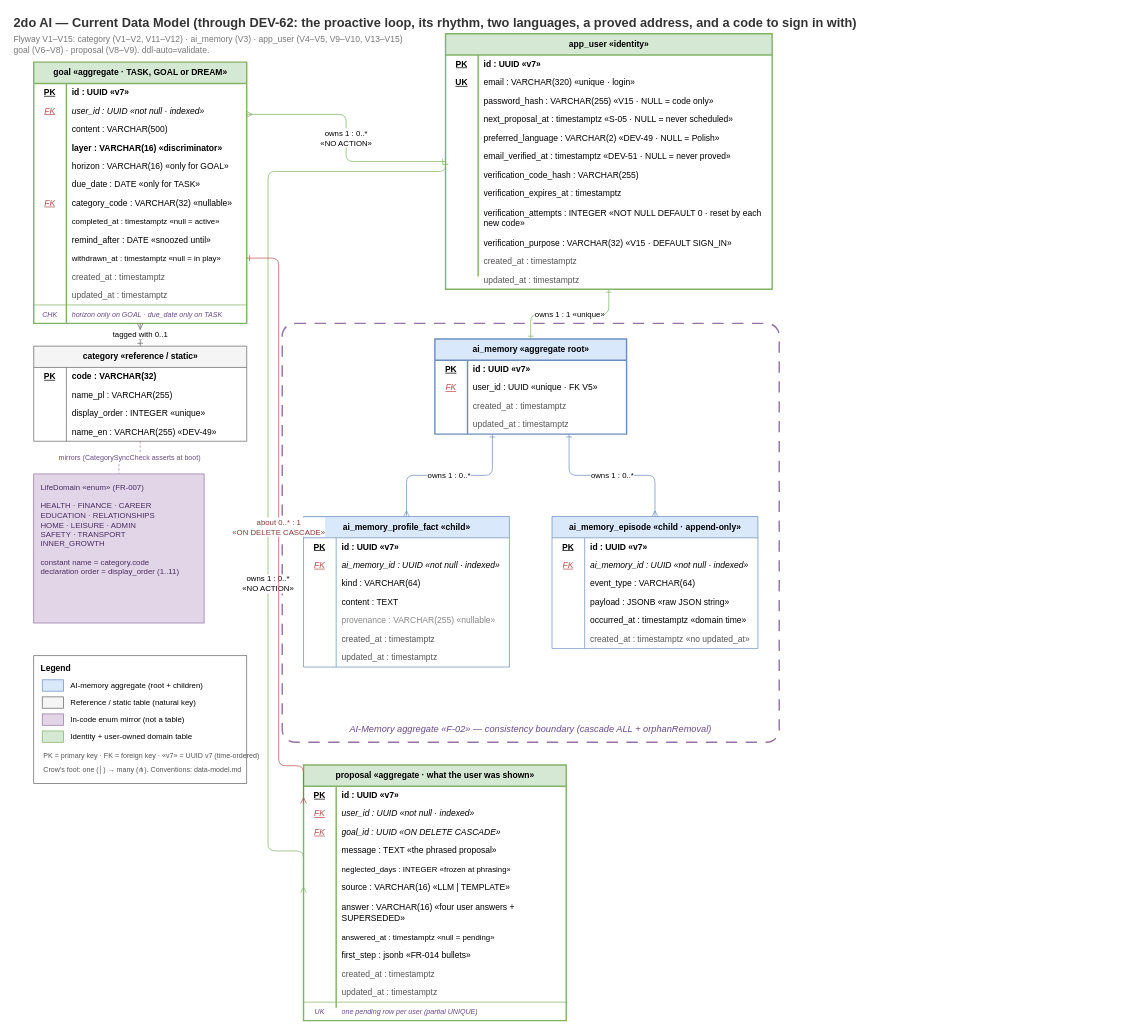
Earlier version of the draw.io diagram context/foundation/data-model-current.drawio (TheDariusz/2doai). Source tidied: cells renumbered, new cells numbered last; positions are measured from the earlier drawing's top-left corner, leaving out a move shared by most shapes. Both pictures are drawn from the tidied source at 71%, with x=0, y=0 at pixel (12, 12).
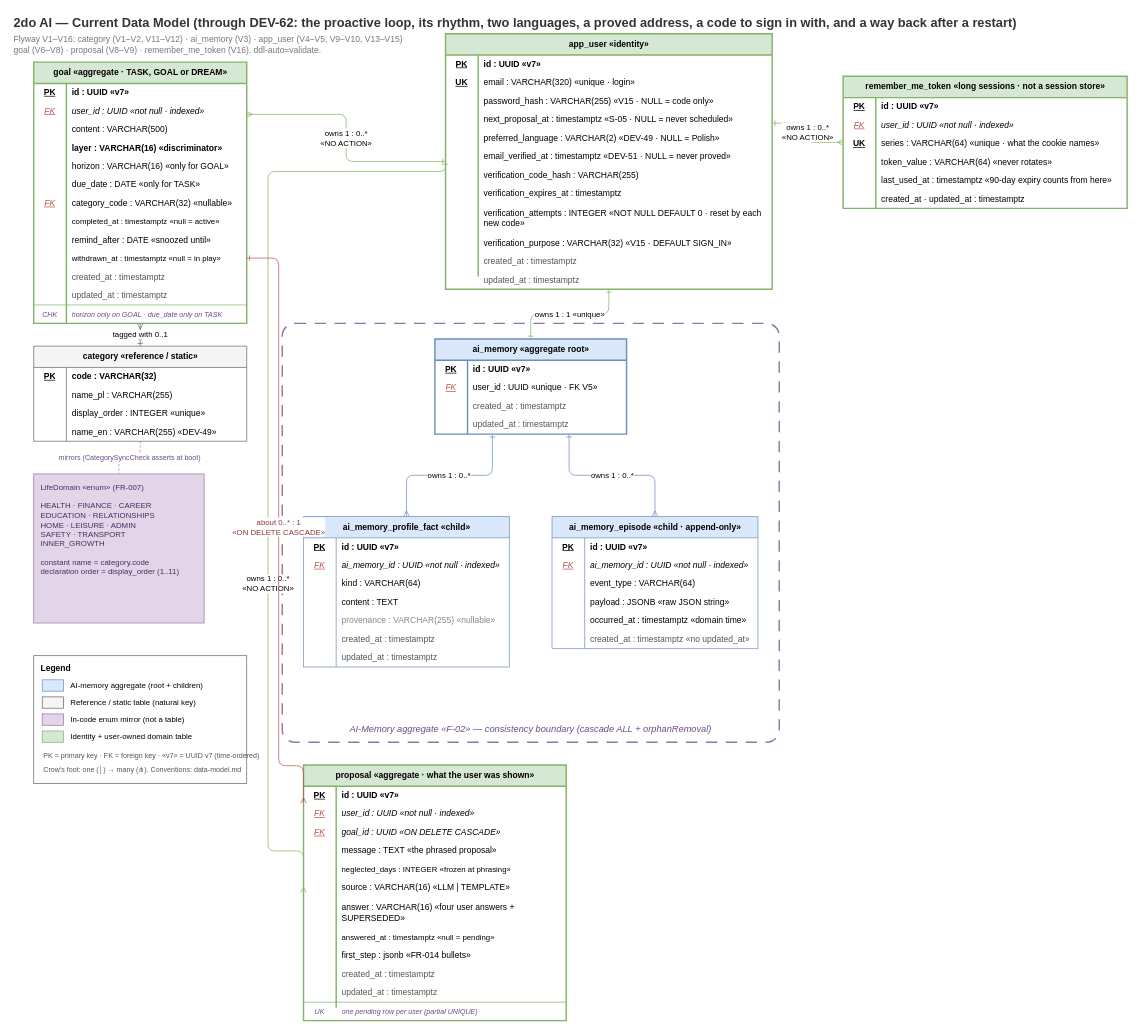
Above is the later version.

Unchanged cells that the change refers to:
```xml
<mxCell id="19" value="app_user  «identity»" style="shape=table;startSize=30;childLayout=tableLayout;rowLines=0;fontStyle=1;align=center;strokeColor=#82b366;strokeWidth=2;fillColor=#d5e8d4;html=1;" parent="1" vertex="1">
  <mxGeometry x="610" y="30" width="460" height="360" as="geometry" />
</mxCell>
```

Diff of the diagram source:
```diff
@@
-    <mxCell id="2" value="2do AI — Current Data Model (through DEV-62: the proactive loop, its rhythm, two languages, a proved address, and a code to sign in with)" style="text;html=1;align=left;verticalAlign=middle;fontSize=18;fontStyle=1;fontColor=#333333;" parent="1" vertex="1">
+    <mxCell id="2" value="2do AI — Current Data Model (through DEV-62: the proactive loop, its rhythm, two languages, a proved address, a code to sign in with, and a way back after a restart)" style="text;html=1;align=left;verticalAlign=middle;fontSize=18;fontStyle=1;fontColor=#333333;" parent="1" vertex="1">
       <mxGeometry width="760" height="30" as="geometry" />
     </mxCell>
-    <mxCell id="3" value="Flyway V1–V15:  category (V1–V2, V11–V12) · ai_memory (V3) · app_user (V4–V5, V9–V10, V13–V15)&#10;goal (V6–V8) · proposal (V8–V9).   ddl-auto=validate." style="text;html=1;align=left;verticalAlign=middle;fontSize=12;fontColor=#777777;" parent="1" vertex="1">
+    <mxCell id="3" value="Flyway V1–V16:  category (V1–V2, V11–V12) · ai_memory (V3) · app_user (V4–V5, V9–V10, V13–V15)&#10;goal (V6–V8) · proposal (V8–V9) · remember_me_token (V16).   ddl-auto=validate." style="text;html=1;align=left;verticalAlign=middle;fontSize=12;fontColor=#777777;" parent="1" vertex="1">
       <mxGeometry y="28" width="600" height="34" as="geometry" />
     </mxCell>
@@
+    <mxCell id="206" value="remember_me_token  «long sessions · not a session store»" style="shape=table;startSize=30;childLayout=tableLayout;rowLines=0;fontStyle=1;align=center;strokeColor=#82b366;strokeWidth=2;fillColor=#d5e8d4;html=1;" parent="1" vertex="1">
+      <mxGeometry x="1170" y="90" width="400" height="186" as="geometry" />
+    </mxCell>
+    <mxCell id="207" style="shape=tableRow;horizontal=0;startSize=0;swimlaneHead=0;swimlaneBody=0;strokeColor=inherit;top=0;left=0;right=0;bottom=0;fillColor=none;fontSize=12;" parent="206" vertex="1">
+      <mxGeometry y="30" width="400" height="26" as="geometry" />
+    </mxCell>
+    <mxCell id="208" value="PK" style="shape=partialRectangle;html=1;whiteSpace=wrap;strokeColor=inherit;overflow=hidden;fillColor=none;top=0;left=0;bottom=0;right=0;fontStyle=5;align=center;" parent="207" vertex="1">
+      <mxGeometry width="46" height="26" as="geometry" />
+    </mxCell>
+    <mxCell id="209" value="id : UUID  «v7»" style="shape=partialRectangle;html=1;whiteSpace=wrap;strokeColor=inherit;overflow=hidden;fillColor=none;top=0;left=0;bottom=0;right=0;align=left;spacingLeft=6;fontStyle=1;" parent="207" vertex="1">
+      <mxGeometry x="46" width="354" height="26" as="geometry" />
+    </mxCell>
+    <mxCell id="210" style="shape=tableRow;horizontal=0;startSize=0;swimlaneHead=0;swimlaneBody=0;strokeColor=inherit;top=0;left=0;right=0;bottom=0;fillColor=none;fontSize=12;" parent="206" vertex="1">
+      <mxGeometry y="56" width="400" height="26" as="geometry" />
+    </mxCell>
+    <mxCell id="211" value="FK" style="shape=partialRectangle;html=1;whiteSpace=wrap;strokeColor=inherit;overflow=hidden;fillColor=none;top=0;left=0;bottom=0;right=0;fontStyle=6;align=center;fontColor=#b85450;" parent="210" vertex="1">
+      <mxGeometry width="46" height="26" as="geometry" />
+    </mxCell>
+    <mxCell id="212" value="user_id : UUID  «not null · indexed»" style="shape=partialRectangle;html=1;whiteSpace=wrap;strokeColor=inherit;overflow=hidden;fillColor=none;top=0;left=0;bottom=0;right=0;align=left;spacingLeft=6;fontStyle=2;" parent="210" vertex="1">
+      <mxGeometry x="46" width="354" height="26" as="geometry" />
+    </mxCell>
+    <mxCell id="213" style="shape=tableRow;horizontal=0;startSize=0;swimlaneHead=0;swimlaneBody=0;strokeColor=inherit;top=0;left=0;right=0;bottom=0;fillColor=none;fontSize=12;" parent="206" vertex="1">
+      <mxGeometry y="82" width="400" height="26" as="geometry" />
+    </mxCell>
+    <mxCell id="214" value="UK" style="shape=partialRectangle;html=1;whiteSpace=wrap;strokeColor=inherit;overflow=hidden;fillColor=none;top=0;left=0;bottom=0;right=0;fontStyle=5;align=center;" parent="213" vertex="1">
+      <mxGeometry width="46" height="26" as="geometry" />
+    </mxCell>
+    <mxCell id="215" value="series : VARCHAR(64)  «unique · what the cookie names»" style="shape=partialRectangle;html=1;whiteSpace=wrap;strokeColor=inherit;overflow=hidden;fillColor=none;top=0;left=0;bottom=0;right=0;align=left;spacingLeft=6;" parent="213" vertex="1">
+      <mxGeometry x="46" width="354" height="26" as="geometry" />
+    </mxCell>
+    <mxCell id="216" style="shape=tableRow;horizontal=0;startSize=0;swimlaneHead=0;swimlaneBody=0;strokeColor=inherit;top=0;left=0;right=0;bottom=0;fillColor=none;fontSize=12;" parent="206" vertex="1">
+      <mxGeometry y="108" width="400" height="26" as="geometry" />
+    </mxCell>
+    <mxCell id="217" style="shape=partialRectangle;html=1;whiteSpace=wrap;strokeColor=inherit;overflow=hidden;fillColor=none;top=0;left=0;bottom=0;right=0;" parent="216" vertex="1">
+      <mxGeometry width="46" height="26" as="geometry" />
+    </mxCell>
+    <mxCell id="218" value="token_value : VARCHAR(64)  «never rotates»" style="shape=partialRectangle;html=1;whiteSpace=wrap;strokeColor=inherit;overflow=hidden;fillColor=none;top=0;left=0;bottom=0;right=0;align=left;spacingLeft=6;" parent="216" vertex="1">
+      <mxGeometry x="46" width="354" height="26" as="geometry" />
+    </mxCell>
+    <mxCell id="219" style="shape=tableRow;horizontal=0;startSize=0;swimlaneHead=0;swimlaneBody=0;strokeColor=inherit;top=0;left=0;right=0;bottom=0;fillColor=none;fontSize=12;" parent="206" vertex="1">
+      <mxGeometry y="134" width="400" height="26" as="geometry" />
+    </mxCell>
+    <mxCell id="220" style="shape=partialRectangle;html=1;whiteSpace=wrap;strokeColor=inherit;overflow=hidden;fillColor=none;top=0;left=0;bottom=0;right=0;" parent="219" vertex="1">
+      <mxGeometry width="46" height="26" as="geometry" />
+    </mxCell>
+    <mxCell id="221" value="last_used_at : timestamptz  «90-day expiry counts from here»" style="shape=partialRectangle;html=1;whiteSpace=wrap;strokeColor=inherit;overflow=hidden;fillColor=none;top=0;left=0;bottom=0;right=0;align=left;spacingLeft=6;" parent="219" vertex="1">
+      <mxGeometry x="46" width="354" height="26" as="geometry" />
+    </mxCell>
+    <mxCell id="222" style="shape=tableRow;horizontal=0;startSize=0;swimlaneHead=0;swimlaneBody=0;strokeColor=inherit;top=0;left=0;right=0;bottom=0;fillColor=none;fontSize=12;" parent="206" vertex="1">
+      <mxGeometry y="160" width="400" height="26" as="geometry" />
+    </mxCell>
+    <mxCell id="223" style="shape=partialRectangle;html=1;whiteSpace=wrap;strokeColor=inherit;overflow=hidden;fillColor=none;top=0;left=0;bottom=0;right=0;" parent="222" vertex="1">
+      <mxGeometry width="46" height="26" as="geometry" />
+    </mxCell>
+    <mxCell id="224" value="created_at · updated_at : timestamptz" style="shape=partialRectangle;html=1;whiteSpace=wrap;strokeColor=inherit;overflow=hidden;fillColor=none;top=0;left=0;bottom=0;right=0;align=left;spacingLeft=6;" parent="222" vertex="1">
+      <mxGeometry x="46" width="354" height="26" as="geometry" />
+    </mxCell>
+    <mxCell id="225" value="owns  1 : 0..*&#10;«NO ACTION»" style="edgeStyle=orthogonalEdgeStyle;rounded=1;jettySize=auto;html=1;startArrow=ERmany;startFill=0;endArrow=ERone;endFill=0;strokeColor=#82b366;fontSize=11;labelBackgroundColor=#ffffff;exitX=0;exitY=0.5;exitDx=0;exitDy=0;entryX=1;entryY=0.35;entryDx=0;entryDy=0;" parent="1" edge="1" source="206" target="19">
+      <mxGeometry relative="1" as="geometry" />
+    </mxCell>
```
